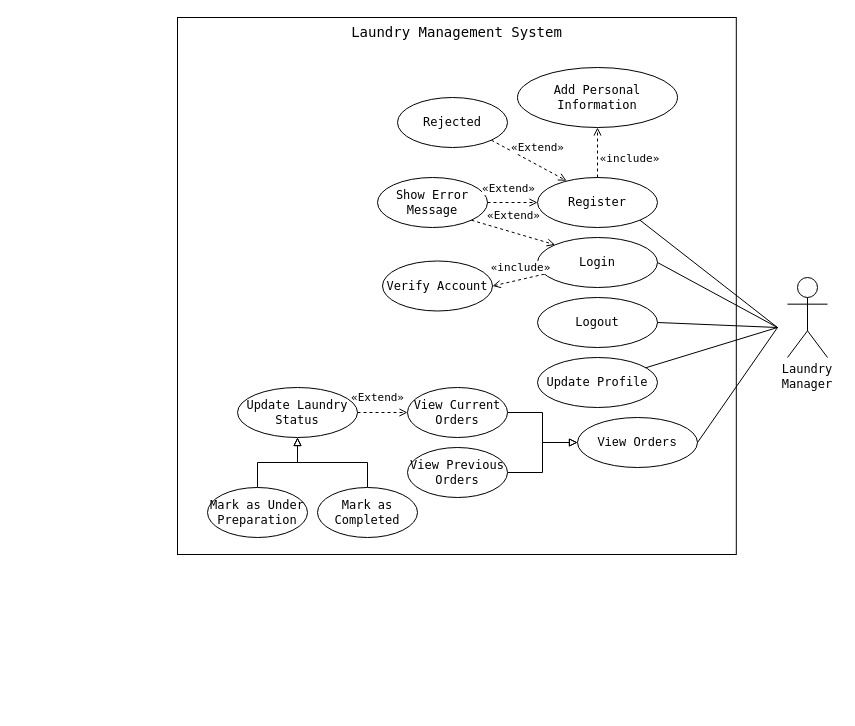
Before: UseCases/Laundry_Manager.drawio in Klvvr1/BrightClean, a draw.io diagram. Source tidied: cells renumbered, new cells numbered last; positions are measured from the earlier drawing's top-left corner, leaving out a move shared by most shapes. Both pictures are drawn from the tidied source at 100%, with x=0, y=0 at pixel (177, 17).
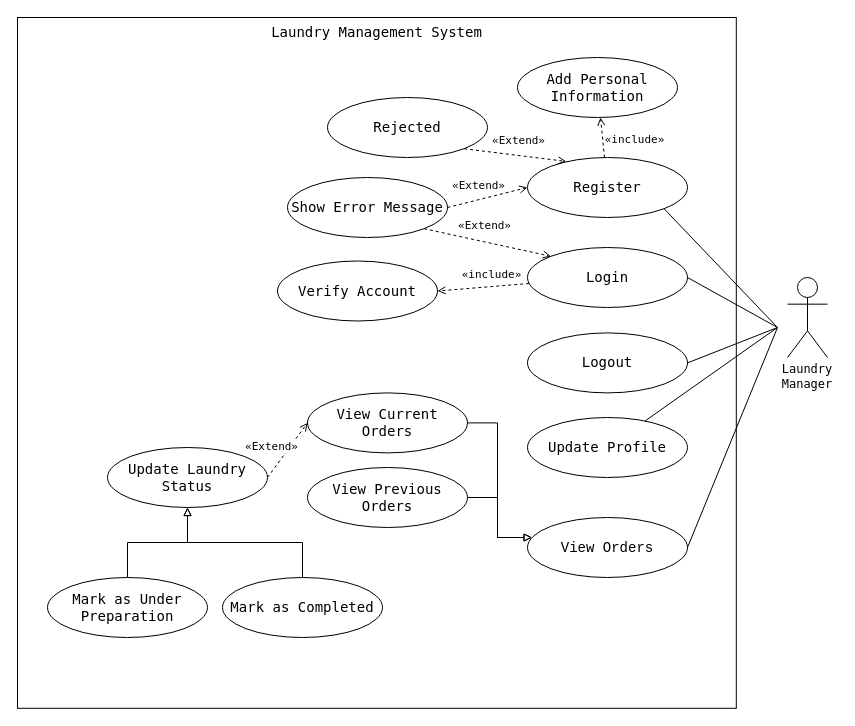
The same page after the edit.

What changed in the source:
```diff
@@
     <mxCell id="2" value="&lt;p style=&quot;margin-bottom: 500px; margin-top: 0px; padding-bottom: 0px;&quot;&gt;&lt;font style=&quot;font-size: 14px;&quot;&gt;Laundry Management System&lt;/font&gt;&lt;/p&gt;" style="whiteSpace=wrap;html=1;fillColor=none;fontFamily=monospace;align=center;verticalAlign=top;" parent="1" vertex="1">
-      <mxGeometry width="558.8" height="537" as="geometry" />
+      <mxGeometry x="-160" width="718.8" height="690.8" as="geometry" />
     </mxCell>
@@
-    <mxCell id="4" value="Login" style="ellipse;whiteSpace=wrap;html=1;fontFamily=monospace;" parent="1" vertex="1">
-      <mxGeometry x="360" y="220" width="120" height="50" as="geometry" />
+    <mxCell id="4" value="Login" style="ellipse;whiteSpace=wrap;html=1;fontFamily=monospace;fontSize=14;" parent="1" vertex="1">
+      <mxGeometry x="350" y="230" width="160" height="60" as="geometry" />
     </mxCell>
-    <mxCell id="5" value="Logout" style="ellipse;whiteSpace=wrap;html=1;fontFamily=monospace;" parent="1" vertex="1">
-      <mxGeometry x="360" y="280" width="120" height="50" as="geometry" />
+    <mxCell id="5" value="Logout" style="ellipse;whiteSpace=wrap;html=1;fontFamily=monospace;fontSize=14;" parent="1" vertex="1">
+      <mxGeometry x="350" y="315.4" width="160" height="60" as="geometry" />
     </mxCell>
-    <mxCell id="6" value="&lt;code&gt;View Orders&lt;/code&gt;" style="ellipse;whiteSpace=wrap;html=1;fontFamily=monospace;" parent="1" vertex="1">
-      <mxGeometry x="400" y="400" width="120" height="50" as="geometry" />
+    <mxCell id="6" value="&lt;code&gt;View Orders&lt;/code&gt;" style="ellipse;whiteSpace=wrap;html=1;fontFamily=monospace;fontSize=14;" parent="1" vertex="1">
+      <mxGeometry x="350" y="500" width="160" height="60" as="geometry" />
     </mxCell>
-    <mxCell id="7" value="Update Profile" style="ellipse;whiteSpace=wrap;html=1;fontFamily=monospace;" parent="1" vertex="1">
-      <mxGeometry x="360" y="340" width="120" height="50" as="geometry" />
+    <mxCell id="7" value="Update Profile" style="ellipse;whiteSpace=wrap;html=1;fontFamily=monospace;fontSize=14;" parent="1" vertex="1">
+      <mxGeometry x="350" y="400" width="160" height="60" as="geometry" />
     </mxCell>
@@
-    <mxCell id="12" value="Register" style="ellipse;whiteSpace=wrap;html=1;fontFamily=monospace;" parent="1" vertex="1">
-      <mxGeometry x="360" y="160" width="120" height="50" as="geometry" />
+    <mxCell id="12" value="Register" style="ellipse;whiteSpace=wrap;html=1;fontFamily=monospace;fontSize=14;" parent="1" vertex="1">
+      <mxGeometry x="350" y="140" width="160" height="60" as="geometry" />
     </mxCell>
@@
-    <mxCell id="14" value="Add Personal Information" style="ellipse;whiteSpace=wrap;html=1;fontFamily=monospace;" parent="1" vertex="1">
-      <mxGeometry x="340" y="50" width="160" height="60" as="geometry" />
+    <mxCell id="14" value="Add Personal Information" style="ellipse;whiteSpace=wrap;html=1;fontFamily=monospace;fontSize=14;" parent="1" vertex="1">
+      <mxGeometry x="340" y="40" width="160" height="60" as="geometry" />
     </mxCell>
-    <mxCell id="15" value="Rejected" style="ellipse;whiteSpace=wrap;html=1;fontFamily=monospace;" parent="1" vertex="1">
-      <mxGeometry x="220" y="80" width="110" height="50" as="geometry" />
+    <mxCell id="15" value="Rejected" style="ellipse;whiteSpace=wrap;html=1;fontFamily=monospace;fontSize=14;" parent="1" vertex="1">
+      <mxGeometry x="150" y="80" width="160" height="60" as="geometry" />
     </mxCell>
-    <mxCell id="16" value="Show Error Message" style="ellipse;whiteSpace=wrap;html=1;fontFamily=monospace;" parent="1" vertex="1">
-      <mxGeometry x="200" y="160" width="110" height="50" as="geometry" />
+    <mxCell id="16" value="Show Error Message" style="ellipse;whiteSpace=wrap;html=1;fontFamily=monospace;fontSize=14;" parent="1" vertex="1">
+      <mxGeometry x="110" y="160" width="160" height="60" as="geometry" />
     </mxCell>
@@
-    <mxCell id="20" value="Verify Account" style="ellipse;whiteSpace=wrap;html=1;fontFamily=monospace;" parent="1" vertex="1">
-      <mxGeometry x="205" y="243.5" width="110" height="50" as="geometry" />
+    <mxCell id="20" value="Verify Account" style="ellipse;whiteSpace=wrap;html=1;fontFamily=monospace;fontSize=14;" parent="1" vertex="1">
+      <mxGeometry x="100" y="243.5" width="160" height="60" as="geometry" />
     </mxCell>
@@
     <mxCell id="23" style="edgeStyle=orthogonalEdgeStyle;rounded=0;jettySize=auto;html=1;fontFamily=monospace;endArrow=block;endFill=0;" parent="1" edge="1" source="24" target="6">
-      <mxGeometry relative="1" as="geometry" />
+      <mxGeometry relative="1" as="geometry">
+        <Array as="points">
+          <mxPoint x="320" y="480" />
+          <mxPoint x="320" y="520" />
+        </Array>
+      </mxGeometry>
     </mxCell>
-    <mxCell id="24" value="View Previous Orders" style="ellipse;whiteSpace=wrap;html=1;fontFamily=monospace;" parent="1" vertex="1">
-      <mxGeometry x="230" y="430" width="100" height="50" as="geometry" />
+    <mxCell id="24" value="View Previous Orders" style="ellipse;whiteSpace=wrap;html=1;fontFamily=monospace;fontSize=14;" parent="1" vertex="1">
+      <mxGeometry x="130" y="450" width="160" height="60" as="geometry" />
     </mxCell>
     <mxCell id="25" style="edgeStyle=orthogonalEdgeStyle;rounded=0;jettySize=auto;html=1;fontFamily=monospace;endArrow=block;endFill=0;" parent="1" edge="1" source="26" target="6">
-      <mxGeometry relative="1" as="geometry" />
+      <mxGeometry relative="1" as="geometry">
+        <Array as="points">
+          <mxPoint x="320" y="405" />
+          <mxPoint x="320" y="520" />
+        </Array>
+      </mxGeometry>
     </mxCell>
-    <mxCell id="26" value="View Current Orders" style="ellipse;whiteSpace=wrap;html=1;fontFamily=monospace;" parent="1" vertex="1">
-      <mxGeometry x="230" y="370" width="100" height="50" as="geometry" />
+    <mxCell id="26" value="View Current Orders" style="ellipse;whiteSpace=wrap;html=1;fontFamily=monospace;fontSize=14;" parent="1" vertex="1">
+      <mxGeometry x="130" y="375.4" width="160" height="60" as="geometry" />
     </mxCell>
@@
-    <mxCell id="28" value="Update Laundry Status" style="ellipse;whiteSpace=wrap;html=1;fontFamily=monospace;" parent="1" vertex="1">
-      <mxGeometry x="60" y="370" width="120" height="50" as="geometry" />
+    <mxCell id="28" value="Update Laundry Status" style="ellipse;whiteSpace=wrap;html=1;fontFamily=monospace;fontSize=14;" parent="1" vertex="1">
+      <mxGeometry x="-70" y="430" width="160" height="60" as="geometry" />
     </mxCell>
@@
-    <mxCell id="30" value="Mark as Completed" style="ellipse;whiteSpace=wrap;html=1;fontFamily=monospace;" parent="1" vertex="1">
-      <mxGeometry x="140" y="470" width="100" height="50" as="geometry" />
+    <mxCell id="30" value="Mark as Completed" style="ellipse;whiteSpace=wrap;html=1;fontFamily=monospace;fontSize=14;" parent="1" vertex="1">
+      <mxGeometry x="45" y="560" width="160" height="60" as="geometry" />
     </mxCell>
@@
-    <mxCell id="32" value="Mark as Under Preparation" style="ellipse;whiteSpace=wrap;html=1;fontFamily=monospace;" parent="1" vertex="1">
-      <mxGeometry x="30" y="470" width="100" height="50" as="geometry" />
+    <mxCell id="32" value="Mark as Under Preparation" style="ellipse;whiteSpace=wrap;html=1;fontFamily=monospace;fontSize=14;" parent="1" vertex="1">
+      <mxGeometry x="-130" y="560" width="160" height="60" as="geometry" />
     </mxCell>
```
